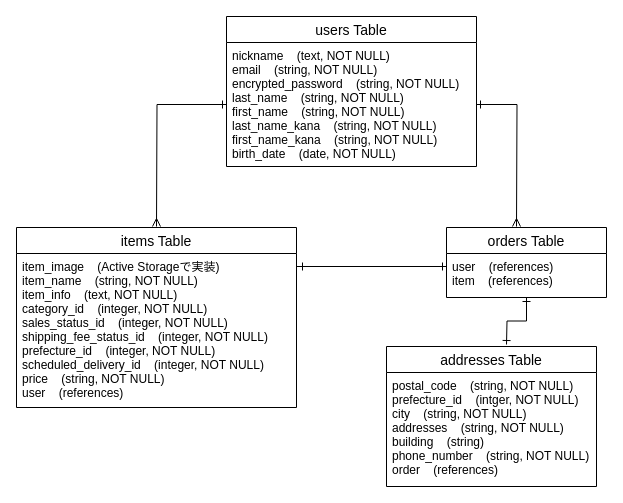
yasufumi-ohtaka/furima-32629 keeps this draw.io diagram as tables.dio. Above is the earlier version. Source tidied: cells renumbered, new cells numbered last; positions are measured from the earlier drawing's top-left corner, leaving out a move shared by most shapes. Both pictures are drawn from the tidied source at 100%, with x=0, y=0 at pixel (16, 16).
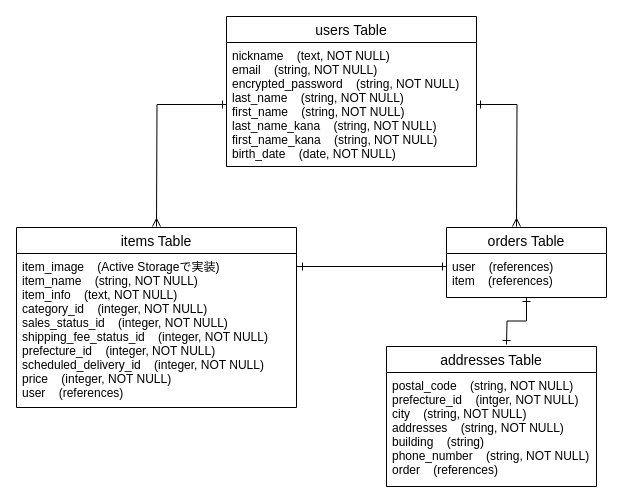
The same diagram, later.

Commit message (it also covers changes not shown here):
【依頼】README記述＆ER図　再々修正

The change refers to these unchanged cells:
```xml
<mxCell id="3" value="items Table" style="swimlane;fontStyle=0;horizontal=1;startSize=26;align=center;fontSize=14;" parent="1" vertex="1">
  <mxGeometry y="211" width="280" height="180" as="geometry" />
</mxCell>
```

Change to the diagram source:
```diff
@@
-    <mxCell id="4" value="item_image    (Active Storageで実装)&#10;item_name    (string, NOT NULL)&#10;item_info    (text, NOT NULL)&#10;category_id    (integer, NOT NULL)&#10;sales_status_id    (integer, NOT NULL)&#10;shipping_fee_status_id    (integer, NOT NULL)&#10;prefecture_id    (integer, NOT NULL)&#10;scheduled_delivery_id    (integer, NOT NULL)&#10;price    (string, NOT NULL)&#10;user    (references)" style="text;strokeColor=none;fillColor=none;spacingLeft=4;spacingRight=4;overflow=hidden;fontSize=12;" parent="3" vertex="1">
+    <mxCell id="4" value="item_image    (Active Storageで実装)&#10;item_name    (string, NOT NULL)&#10;item_info    (text, NOT NULL)&#10;category_id    (integer, NOT NULL)&#10;sales_status_id    (integer, NOT NULL)&#10;shipping_fee_status_id    (integer, NOT NULL)&#10;prefecture_id    (integer, NOT NULL)&#10;scheduled_delivery_id    (integer, NOT NULL)&#10;price    (integer, NOT NULL)&#10;user    (references)" style="text;strokeColor=none;fillColor=none;spacingLeft=4;spacingRight=4;overflow=hidden;fontSize=12;" parent="3" vertex="1">
       <mxGeometry y="26" width="280" height="154" as="geometry" />
     </mxCell>
```
